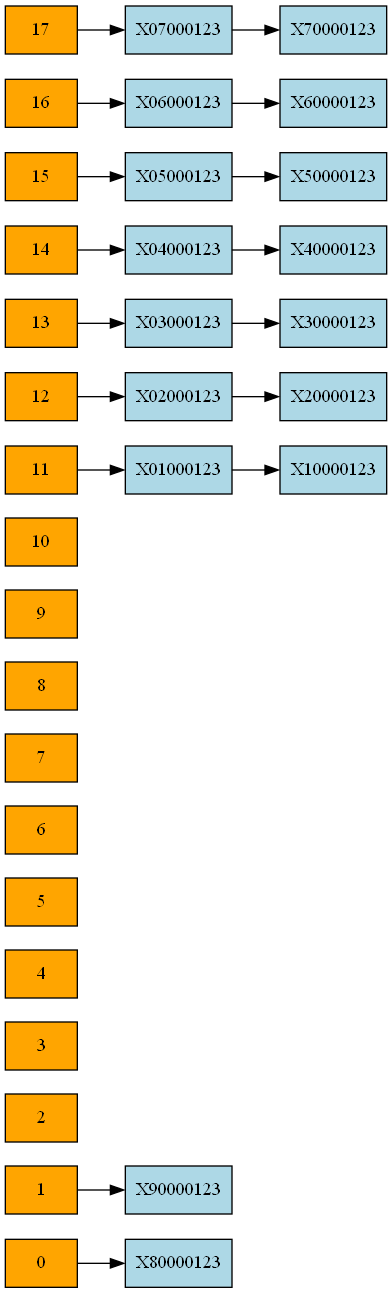
This is cmake-build-debug/hash_reporte.png from Samashoas/202109705_Proyecto_EDD, a Graphviz export, as it was before one commit. Its source is kept beside it as cmake-build-debug/hash_reporte.dot.
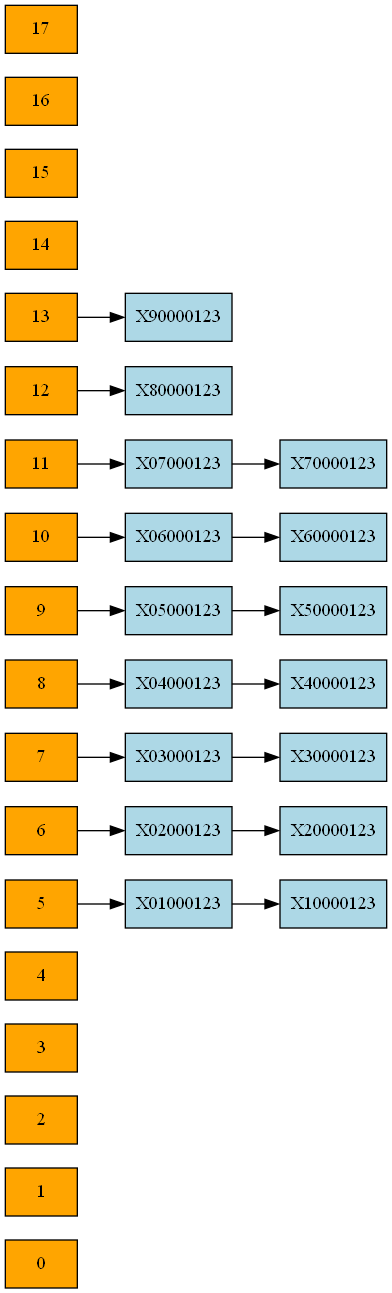
Later version of the same file.

Commit message:
Tabla hash arreglada

What changed in the source:
```diff
@@ -19,36 +19,36 @@
 index15 [label="15", shape=box, style=filled, fillcolor=orange];
 index16 [label="16", shape=box, style=filled, fillcolor=orange];
 index17 [label="17", shape=box, style=filled, fillcolor=orange];
-nodo0_0 [label="{X80000123}", shape=record, style=filled, fillcolor=lightblue];
-index0 -> nodo0_0;
-nodo1_0 [label="{X90000123}", shape=record, style=filled, fillcolor=lightblue];
-index1 -> nodo1_0;
-nodo11_0 [label="{X01000123}", shape=record, style=filled, fillcolor=lightblue];
+nodo5_0 [label="{X01000123}", shape=record, style=filled, fillcolor=lightblue];
+index5 -> nodo5_0;
+nodo5_1 [label="{X10000123}", shape=record, style=filled, fillcolor=lightblue];
+nodo5_0 -> nodo5_1;
+nodo6_0 [label="{X02000123}", shape=record, style=filled, fillcolor=lightblue];
+index6 -> nodo6_0;
+nodo6_1 [label="{X20000123}", shape=record, style=filled, fillcolor=lightblue];
+nodo6_0 -> nodo6_1;
+nodo7_0 [label="{X03000123}", shape=record, style=filled, fillcolor=lightblue];
+index7 -> nodo7_0;
+nodo7_1 [label="{X30000123}", shape=record, style=filled, fillcolor=lightblue];
+nodo7_0 -> nodo7_1;
+nodo8_0 [label="{X04000123}", shape=record, style=filled, fillcolor=lightblue];
+index8 -> nodo8_0;
+nodo8_1 [label="{X40000123}", shape=record, style=filled, fillcolor=lightblue];
+nodo8_0 -> nodo8_1;
+nodo9_0 [label="{X05000123}", shape=record, style=filled, fillcolor=lightblue];
+index9 -> nodo9_0;
+nodo9_1 [label="{X50000123}", shape=record, style=filled, fillcolor=lightblue];
+nodo9_0 -> nodo9_1;
+nodo10_0 [label="{X06000123}", shape=record, style=filled, fillcolor=lightblue];
+index10 -> nodo10_0;
+nodo10_1 [label="{X60000123}", shape=record, style=filled, fillcolor=lightblue];
+nodo10_0 -> nodo10_1;
+nodo11_0 [label="{X07000123}", shape=record, style=filled, fillcolor=lightblue];
 index11 -> nodo11_0;
-nodo11_1 [label="{X10000123}", shape=record, style=filled, fillcolor=lightblue];
+nodo11_1 [label="{X70000123}", shape=record, style=filled, fillcolor=lightblue];
 nodo11_0 -> nodo11_1;
-nodo12_0 [label="{X02000123}", shape=record, style=filled, fillcolor=lightblue];
+nodo12_0 [label="{X80000123}", shape=record, style=filled, fillcolor=lightblue];
 index12 -> nodo12_0;
-nodo12_1 [label="{X20000123}", shape=record, style=filled, fillcolor=lightblue];
-nodo12_0 -> nodo12_1;
-nodo13_0 [label="{X03000123}", shape=record, style=filled, fillcolor=lightblue];
+nodo13_0 [label="{X90000123}", shape=record, style=filled, fillcolor=lightblue];
 index13 -> nodo13_0;
-nodo13_1 [label="{X30000123}", shape=record, style=filled, fillcolor=lightblue];
-nodo13_0 -> nodo13_1;
-nodo14_0 [label="{X04000123}", shape=record, style=filled, fillcolor=lightblue];
-index14 -> nodo14_0;
-nodo14_1 [label="{X40000123}", shape=record, style=filled, fillcolor=lightblue];
-nodo14_0 -> nodo14_1;
-nodo15_0 [label="{X05000123}", shape=record, style=filled, fillcolor=lightblue];
-index15 -> nodo15_0;
-nodo15_1 [label="{X50000123}", shape=record, style=filled, fillcolor=lightblue];
-nodo15_0 -> nodo15_1;
-nodo16_0 [label="{X06000123}", shape=record, style=filled, fillcolor=lightblue];
-index16 -> nodo16_0;
-nodo16_1 [label="{X60000123}", shape=record, style=filled, fillcolor=lightblue];
-nodo16_0 -> nodo16_1;
-nodo17_0 [label="{X07000123}", shape=record, style=filled, fillcolor=lightblue];
-index17 -> nodo17_0;
-nodo17_1 [label="{X70000123}", shape=record, style=filled, fillcolor=lightblue];
-nodo17_0 -> nodo17_1;
 }
```
